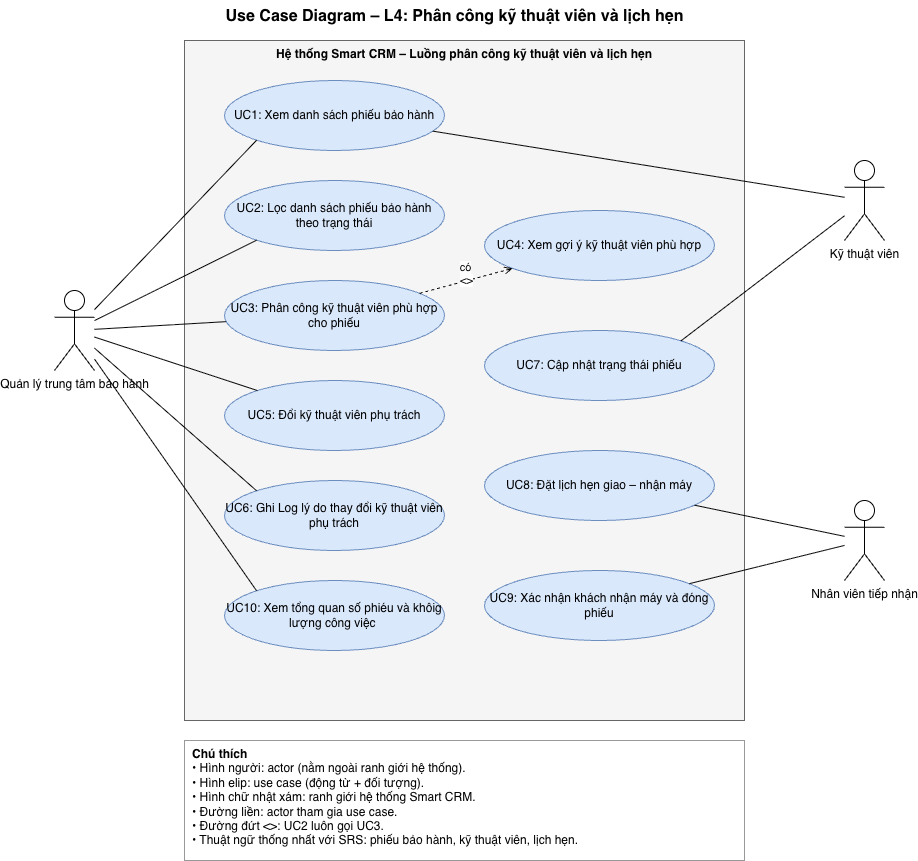
Earlier version of the draw.io export docs/use-case-diagram.png (AnophoneLui/smartcrm-237480201is01-technician-appointment). Source tidied: cells renumbered, new cells last; positions are measured from the earlier drawing's top-left corner, leaving out a move shared by most shapes. Source of this version:
```xml
<mxGraphModel>
  <root>
    <mxCell id="0" />
    <mxCell id="1" parent="0" />
    <mxCell id="2" value="Use Case Diagram – L4: Phân công kỹ thuật viên và lịch hẹn" style="text;html=1;fontStyle=1;fontSize=16;align=center;" parent="1" vertex="1">
      <mxGeometry x="50" width="700" height="30" as="geometry" />
    </mxCell>
    <mxCell id="3" value="Hệ thống Smart CRM – Luồng phân công kỹ thuật viên và lịch hẹn" style="rounded=0;whiteSpace=wrap;html=1;verticalAlign=top;fontStyle=1;fillColor=#f5f5f5;strokeColor=#666666;" parent="1" vertex="1">
      <mxGeometry x="130" y="40" width="560" height="680" as="geometry" />
    </mxCell>
    <mxCell id="4" value="UC1: Xem danh sách phiếu bảo hành" style="ellipse;whiteSpace=wrap;html=1;fillColor=#dae8fc;strokeColor=#6c8ebf;" parent="1" vertex="1">
      <mxGeometry x="170" y="80" width="220" height="70" as="geometry" />
    </mxCell>
    <mxCell id="5" value="UC3: Phân công kỹ thuật viên phù hợp cho phiếu" style="ellipse;whiteSpace=wrap;html=1;fillColor=#dae8fc;strokeColor=#6c8ebf;" parent="1" vertex="1">
      <mxGeometry x="170" y="280" width="220" height="70" as="geometry" />
    </mxCell>
    <mxCell id="6" value="UC4: Xem gợi ý kỹ thuật viên phù hợp" style="ellipse;whiteSpace=wrap;html=1;fillColor=#dae8fc;strokeColor=#6c8ebf;" parent="1" vertex="1">
      <mxGeometry x="430" y="210" width="230" height="70" as="geometry" />
    </mxCell>
    <mxCell id="7" value="UC5:&lt;span style=&quot;background-color: transparent; color: light-dark(rgb(0, 0, 0), rgb(255, 255, 255));&quot;&gt;&amp;nbsp;Đổi kỹ thuật viên phụ trách&lt;/span&gt;" style="ellipse;whiteSpace=wrap;html=1;fillColor=#dae8fc;strokeColor=#6c8ebf;" parent="1" vertex="1">
      <mxGeometry x="170" y="380" width="220" height="70" as="geometry" />
    </mxCell>
    <mxCell id="8" value="UC7: Cập nhật trạng thái phiếu" style="ellipse;whiteSpace=wrap;html=1;fillColor=#dae8fc;strokeColor=#6c8ebf;" parent="1" vertex="1">
      <mxGeometry x="430" y="330" width="230" height="70" as="geometry" />
    </mxCell>
    <mxCell id="9" value="UC8: Đặt lịch hẹn giao – nhận máy" style="ellipse;whiteSpace=wrap;html=1;fillColor=#dae8fc;strokeColor=#6c8ebf;" parent="1" vertex="1">
      <mxGeometry x="430" y="450" width="230" height="70" as="geometry" />
    </mxCell>
    <mxCell id="10" value="UC9: Xác nhận khách nhận máy và đóng phiếu" style="ellipse;whiteSpace=wrap;html=1;fillColor=#dae8fc;strokeColor=#6c8ebf;" parent="1" vertex="1">
      <mxGeometry x="430" y="570" width="230" height="70" as="geometry" />
    </mxCell>
    <mxCell id="11" value="UC10: Xem tổng quan số phiéu và khôig lượng công việc&amp;nbsp;" style="ellipse;whiteSpace=wrap;html=1;fillColor=#dae8fc;strokeColor=#6c8ebf;" parent="1" vertex="1">
      <mxGeometry x="170" y="580" width="220" height="70" as="geometry" />
    </mxCell>
    <mxCell id="12" value="Quản lý trung tâm bảo hành" style="shape=umlActor;verticalLabelPosition=bottom;verticalAlign=top;html=1;outlineConnect=0;" parent="1" vertex="1">
      <mxGeometry y="290" width="40" height="80" as="geometry" />
    </mxCell>
    <mxCell id="13" value="Kỹ thuật viên" style="shape=umlActor;verticalLabelPosition=bottom;verticalAlign=top;html=1;outlineConnect=0;" parent="1" vertex="1">
      <mxGeometry x="790" y="160" width="40" height="80" as="geometry" />
    </mxCell>
    <mxCell id="14" value="Nhân viên tiếp nhận" style="shape=umlActor;verticalLabelPosition=bottom;verticalAlign=top;html=1;outlineConnect=0;" parent="1" vertex="1">
      <mxGeometry x="790" y="500" width="40" height="80" as="geometry" />
    </mxCell>
    <mxCell id="15" style="endArrow=none;html=1;entryX=0;entryY=1;entryDx=0;entryDy=0;" parent="1" edge="1" source="12" target="4">
      <mxGeometry relative="1" as="geometry" />
    </mxCell>
    <mxCell id="16" style="endArrow=none;html=1;" parent="1" edge="1" source="12" target="5">
      <mxGeometry relative="1" as="geometry" />
    </mxCell>
    <mxCell id="17" style="endArrow=none;html=1;" parent="1" edge="1" source="12" target="7">
      <mxGeometry relative="1" as="geometry" />
    </mxCell>
    <mxCell id="18" style="endArrow=none;html=1;entryX=0;entryY=0;entryDx=0;entryDy=0;" parent="1" edge="1" source="12" target="11">
      <mxGeometry relative="1" as="geometry" />
    </mxCell>
    <mxCell id="19" style="endArrow=none;html=1;" parent="1" edge="1" source="13" target="4">
      <mxGeometry relative="1" as="geometry" />
    </mxCell>
    <mxCell id="20" style="endArrow=none;html=1;entryX=1;entryY=0;entryDx=0;entryDy=0;" parent="1" edge="1" source="13" target="8">
      <mxGeometry relative="1" as="geometry" />
    </mxCell>
    <mxCell id="21" style="endArrow=none;html=1;" parent="1" edge="1" source="14" target="9">
      <mxGeometry relative="1" as="geometry" />
    </mxCell>
    <mxCell id="22" style="endArrow=none;html=1;" parent="1" edge="1" source="14" target="10">
      <mxGeometry relative="1" as="geometry" />
    </mxCell>
    <mxCell id="23" value="&lt;&lt;include&gt;&gt;" style="endArrow=open;endFill=0;dashed=1;html=1;" parent="1" edge="1" source="5" target="6">
      <mxGeometry relative="1" as="geometry" />
    </mxCell>
    <mxCell id="24" value="có" style="edgeLabel;html=1;align=center;verticalAlign=middle;" parent="23" vertex="1">
      <mxGeometry x="0.06" y="14" relative="1" as="geometry" />
    </mxCell>
    <mxCell id="25" value="&lt;b&gt;Chú thích&lt;/b&gt;&lt;br&gt;• Hình người: actor (nằm ngoài ranh giới hệ thống).&lt;br&gt;• Hình elip: use case (động từ + đối tượng).&lt;br&gt;• Hình chữ nhật xám: ranh giới hệ thống Smart CRM.&lt;br&gt;• Đường liền: actor tham gia use case.&lt;br&gt;• Đường đứt &lt;&lt;include&gt;&gt;: UC2 luôn gọi UC3.&lt;br&gt;• Thuật ngữ thống nhất với SRS: phiếu bảo hành, kỹ thuật viên, lịch hẹn." style="text;html=1;align=left;verticalAlign=top;whiteSpace=wrap;strokeColor=#999999;fillColor=#ffffff;spacingLeft=6;" parent="1" vertex="1">
      <mxGeometry x="130" y="740" width="560" height="120" as="geometry" />
    </mxCell>
    <mxCell id="26" value="UC2: Lọc danh sách phiếu bảo hành theo trạng thái" style="ellipse;whiteSpace=wrap;html=1;fillColor=#dae8fc;strokeColor=#6c8ebf;" parent="1" vertex="1">
      <mxGeometry x="170" y="180" width="220" height="70" as="geometry" />
    </mxCell>
    <mxCell id="27" style="endArrow=none;html=1;entryX=0;entryY=1;entryDx=0;entryDy=0;" parent="1" edge="1" source="12" target="26">
      <mxGeometry relative="1" as="geometry" />
    </mxCell>
    <mxCell id="28" value="UC6: Ghi Log lý do thay đổi kỹ thuật viên phụ trách" style="ellipse;whiteSpace=wrap;html=1;fillColor=#dae8fc;strokeColor=#6c8ebf;" parent="1" vertex="1">
      <mxGeometry x="170" y="480" width="220" height="70" as="geometry" />
    </mxCell>
    <mxCell id="29" style="endArrow=none;html=1;entryX=0;entryY=0;entryDx=0;entryDy=0;" parent="1" edge="1" source="12" target="28">
      <mxGeometry relative="1" as="geometry" />
    </mxCell>
  </root>
</mxGraphModel>
```
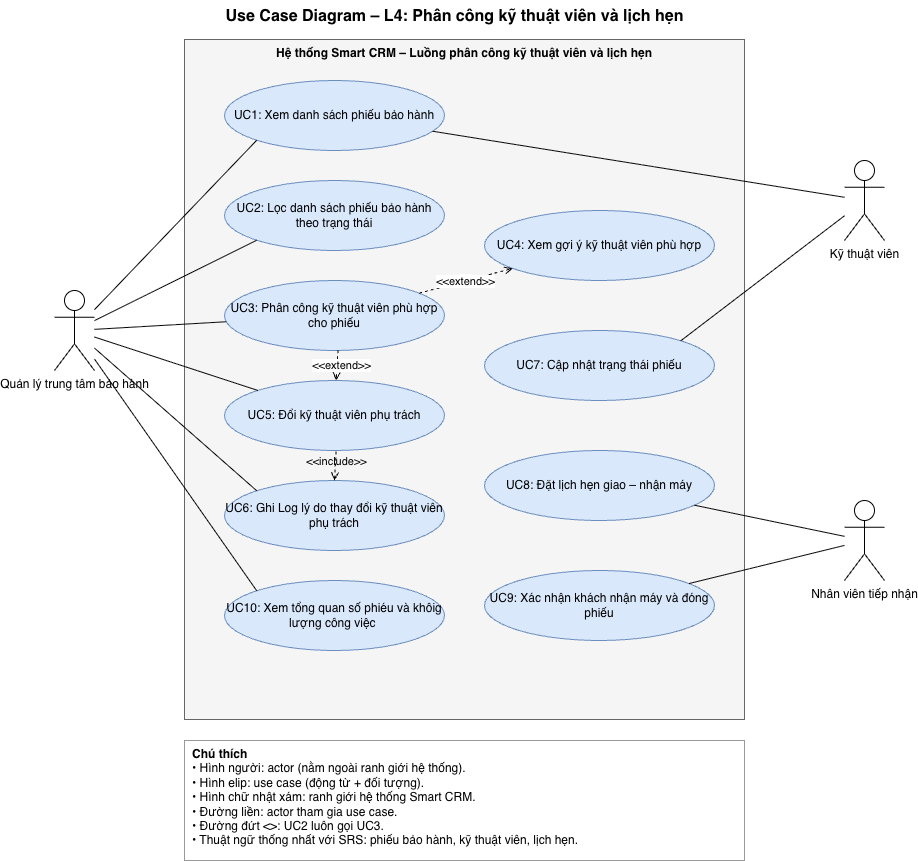
After the change.

Commit message:
docs: update use case diagram

The edit, as a diff of the source:
```diff
@@ -6,7 +6,7 @@
       <mxGeometry x="50" width="700" height="30" as="geometry" />
     </mxCell>
     <mxCell id="3" value="Hệ thống Smart CRM – Luồng phân công kỹ thuật viên và lịch hẹn" style="rounded=0;whiteSpace=wrap;html=1;verticalAlign=top;fontStyle=1;fillColor=#f5f5f5;strokeColor=#666666;" parent="1" vertex="1">
-      <mxGeometry x="130" y="40" width="560" height="680" as="geometry" />
+      <mxGeometry x="130" y="39" width="560" height="680" as="geometry" />
     </mxCell>
     <mxCell id="4" value="UC1: Xem danh sách phiếu bảo hành" style="ellipse;whiteSpace=wrap;html=1;fillColor=#dae8fc;strokeColor=#6c8ebf;" parent="1" vertex="1">
       <mxGeometry x="170" y="80" width="220" height="70" as="geometry" />
@@ -68,8 +68,10 @@
     <mxCell id="23" value="&lt;&lt;include&gt;&gt;" style="endArrow=open;endFill=0;dashed=1;html=1;" parent="1" edge="1" source="5" target="6">
       <mxGeometry relative="1" as="geometry" />
     </mxCell>
-    <mxCell id="24" value="có" style="edgeLabel;html=1;align=center;verticalAlign=middle;" parent="23" vertex="1">
-      <mxGeometry x="0.06" y="14" relative="1" as="geometry" />
+    <mxCell id="24" value="&amp;lt;&amp;lt;extend&amp;gt;&amp;gt;" style="edgeLabel;html=1;align=center;verticalAlign=middle;rotation=0;" parent="23" vertex="1">
+      <mxGeometry x="0.06" y="14" relative="1" as="geometry">
+        <mxPoint y="14" as="offset" />
+      </mxGeometry>
     </mxCell>
     <mxCell id="25" value="&lt;b&gt;Chú thích&lt;/b&gt;&lt;br&gt;• Hình người: actor (nằm ngoài ranh giới hệ thống).&lt;br&gt;• Hình elip: use case (động từ + đối tượng).&lt;br&gt;• Hình chữ nhật xám: ranh giới hệ thống Smart CRM.&lt;br&gt;• Đường liền: actor tham gia use case.&lt;br&gt;• Đường đứt &lt;&lt;include&gt;&gt;: UC2 luôn gọi UC3.&lt;br&gt;• Thuật ngữ thống nhất với SRS: phiếu bảo hành, kỹ thuật viên, lịch hẹn." style="text;html=1;align=left;verticalAlign=top;whiteSpace=wrap;strokeColor=#999999;fillColor=#ffffff;spacingLeft=6;" parent="1" vertex="1">
       <mxGeometry x="130" y="740" width="560" height="120" as="geometry" />
@@ -86,5 +88,18 @@
     <mxCell id="29" style="endArrow=none;html=1;entryX=0;entryY=0;entryDx=0;entryDy=0;" parent="1" edge="1" source="12" target="28">
       <mxGeometry relative="1" as="geometry" />
     </mxCell>
+    <mxCell id="30" value="&lt;&lt;include&gt;&gt;" style="endArrow=open;endFill=0;dashed=1;html=1;exitX=0.516;exitY=0.996;exitDx=0;exitDy=0;exitPerimeter=0;" parent="1" edge="1" source="5" target="7">
+      <mxGeometry relative="1" as="geometry" />
+    </mxCell>
+    <mxCell id="31" value="&amp;lt;&amp;lt;extend&amp;gt;&amp;gt;" style="edgeLabel;html=1;align=center;verticalAlign=middle;rotation=0;" parent="30" vertex="1">
+      <mxGeometry x="0.06" y="14" relative="1" as="geometry">
+        <mxPoint x="-10" y="-2" as="offset" />
+      </mxGeometry>
+    </mxCell>
+    <mxCell id="32" value="&amp;lt;&amp;lt;include&amp;gt;&amp;gt;" style="html=1;verticalAlign=bottom;labelBackgroundColor=none;endArrow=open;endFill=0;dashed=1;rounded=0;entryX=0.5;entryY=0;entryDx=0;entryDy=0;" parent="1" edge="1" target="28">
+      <mxGeometry x="0.31" y="1" relative="1" as="geometry">
+        <mxPoint x="281.6" y="451" as="sourcePoint" />
+      </mxGeometry>
+    </mxCell>
   </root>
 </mxGraphModel>
```
